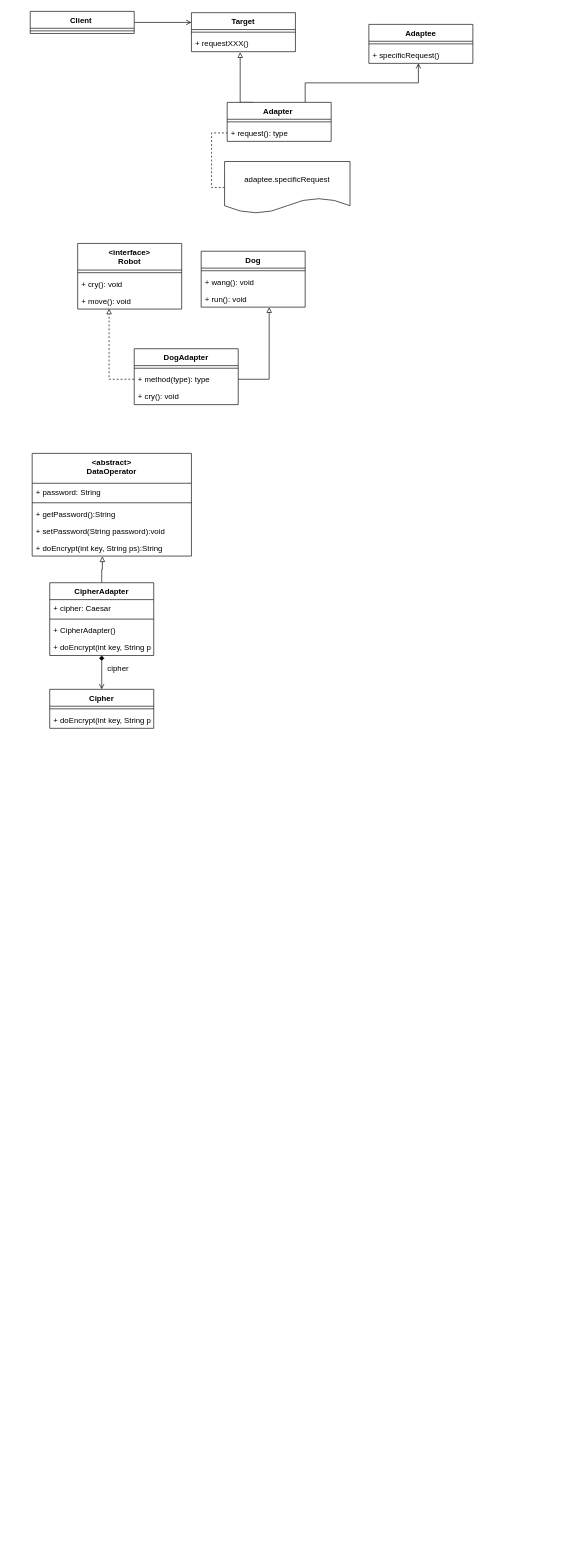
Earlier version of the draw.io diagram page "适配器模式" (1 of 7) of source/_posts/designMode/draw/结构型模式.drawio (xiaou66/xiaou66-xiaou_blog). Source tidied: cells renumbered, new cells numbered last; positions are measured from the earlier drawing's top-left corner, leaving out a move shared by most shapes. Both pictures are drawn from the tidied source at 65%, with x=0, y=0 at pixel (30, 11).
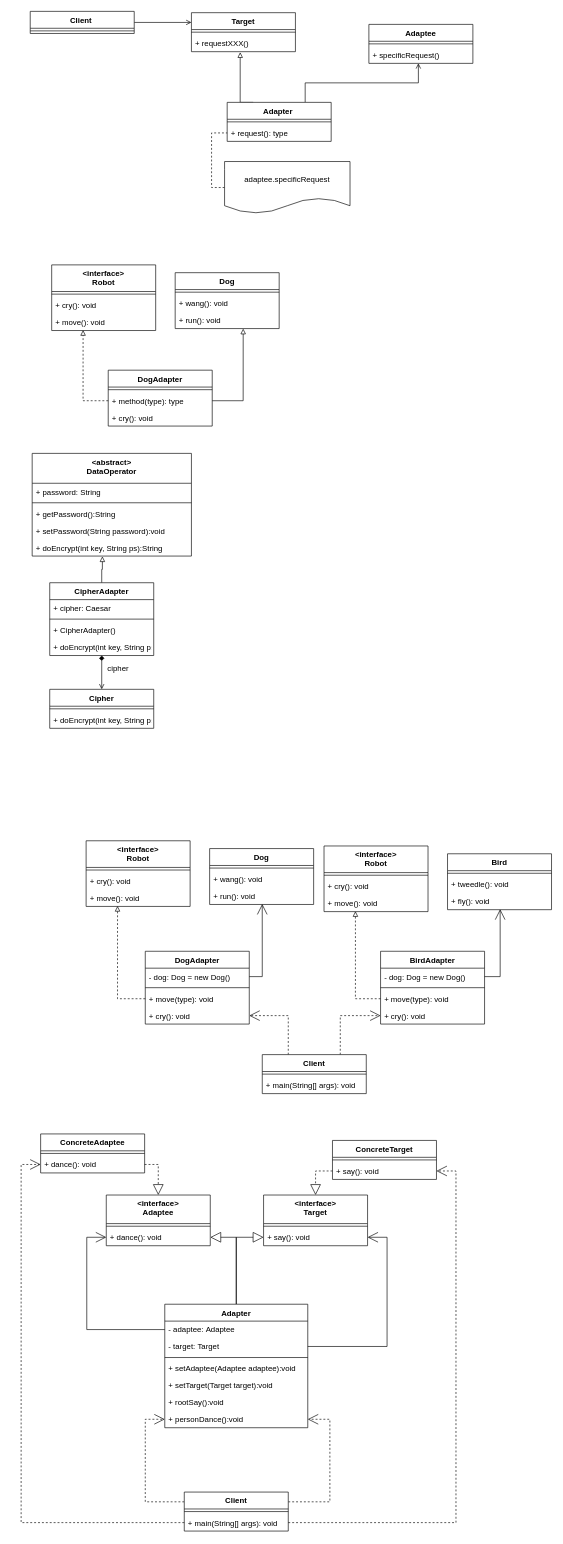
The same page after the edit.

The edit, as a diff of the source:
```diff
@@
     <mxCell id="18" value="&lt;interface&gt;&#10;Robot" style="swimlane;fontStyle=1;align=center;verticalAlign=top;horizontal=1;startSize=41;" parent="1" vertex="1">
-      <mxGeometry x="73" y="357" width="160" height="101" as="geometry" />
+      <mxGeometry x="33" y="390" width="160" height="101" as="geometry" />
     </mxCell>
@@
     <mxCell id="22" value="Dog" style="swimlane;fontStyle=1;align=center;verticalAlign=top;horizontal=1;startSize=26;" parent="1" vertex="1">
-      <mxGeometry x="263" y="369" width="160" height="86" as="geometry" />
+      <mxGeometry x="223" y="402" width="160" height="86" as="geometry" />
     </mxCell>
@@
     <mxCell id="26" value="DogAdapter" style="swimlane;fontStyle=1;align=center;verticalAlign=top;horizontal=1;startSize=26;" parent="1" vertex="1">
-      <mxGeometry x="160" y="519" width="160" height="86" as="geometry" />
+      <mxGeometry x="120" y="552" width="160" height="86" as="geometry" />
     </mxCell>
@@
+    <mxCell id="49" value="&lt;interface&gt;&#10;Robot" style="swimlane;fontStyle=1;align=center;verticalAlign=top;horizontal=1;startSize=41;" parent="1" vertex="1">
+      <mxGeometry x="86" y="1276" width="160" height="101" as="geometry" />
+    </mxCell>
+    <mxCell id="50" style="line;strokeWidth=1;fillColor=none;align=left;verticalAlign=middle;spacingTop=-1;spacingLeft=3;spacingRight=3;labelPosition=right;" parent="49" vertex="1">
+      <mxGeometry y="41" width="160" height="8" as="geometry" />
+    </mxCell>
+    <mxCell id="51" value="+ cry(): void" style="text;strokeColor=none;fillColor=none;align=left;verticalAlign=top;spacingLeft=4;spacingRight=4;overflow=hidden;" parent="49" vertex="1">
+      <mxGeometry y="49" width="160" height="26" as="geometry" />
+    </mxCell>
+    <mxCell id="52" value="+ move(): void" style="text;strokeColor=none;fillColor=none;align=left;verticalAlign=top;spacingLeft=4;spacingRight=4;overflow=hidden;points=[[0,0.5],[1,0.5]];portConstraint=eastwest;" parent="49" vertex="1">
+      <mxGeometry y="75" width="160" height="26" as="geometry" />
+    </mxCell>
+    <mxCell id="53" value="Dog" style="swimlane;fontStyle=1;align=center;verticalAlign=top;horizontal=1;startSize=26;" parent="1" vertex="1">
+      <mxGeometry x="276" y="1288" width="160" height="86" as="geometry" />
+    </mxCell>
+    <mxCell id="54" style="line;strokeWidth=1;fillColor=none;align=left;verticalAlign=middle;spacingTop=-1;spacingLeft=3;spacingRight=3;labelPosition=right;" parent="53" vertex="1">
+      <mxGeometry y="26" width="160" height="8" as="geometry" />
+    </mxCell>
+    <mxCell id="55" value="+ wang(): void" style="text;strokeColor=none;fillColor=none;align=left;verticalAlign=top;spacingLeft=4;spacingRight=4;overflow=hidden;" parent="53" vertex="1">
+      <mxGeometry y="34" width="160" height="26" as="geometry" />
+    </mxCell>
+    <mxCell id="56" value="+ run(): void" style="text;strokeColor=none;fillColor=none;align=left;verticalAlign=top;spacingLeft=4;spacingRight=4;overflow=hidden;points=[[0,0.5],[1,0.5]];portConstraint=eastwest;" parent="53" vertex="1">
+      <mxGeometry y="60" width="160" height="26" as="geometry" />
+    </mxCell>
+    <mxCell id="57" value="DogAdapter" style="swimlane;fontStyle=1;align=center;verticalAlign=top;horizontal=1;startSize=26;" parent="1" vertex="1">
+      <mxGeometry x="177" y="1446" width="160" height="112" as="geometry" />
+    </mxCell>
+    <mxCell id="58" value="- dog: Dog = new Dog()" style="text;strokeColor=none;fillColor=none;align=left;verticalAlign=top;spacingLeft=4;spacingRight=4;overflow=hidden;points=[[0,0.5],[1,0.5]];portConstraint=eastwest;" parent="57" vertex="1">
+      <mxGeometry y="26" width="160" height="26" as="geometry" />
+    </mxCell>
+    <mxCell id="59" style="line;strokeWidth=1;fillColor=none;align=left;verticalAlign=middle;spacingTop=-1;spacingLeft=3;spacingRight=3;labelPosition=right;" parent="57" vertex="1">
+      <mxGeometry y="52" width="160" height="8" as="geometry" />
+    </mxCell>
+    <mxCell id="60" value="+ move(type): void" style="text;strokeColor=none;fillColor=none;align=left;verticalAlign=top;spacingLeft=4;spacingRight=4;overflow=hidden;points=[[0,0.5],[1,0.5]];portConstraint=eastwest;" parent="57" vertex="1">
+      <mxGeometry y="60" width="160" height="26" as="geometry" />
+    </mxCell>
+    <mxCell id="61" value="+ cry(): void" style="text;strokeColor=none;fillColor=none;align=left;verticalAlign=top;spacingLeft=4;spacingRight=4;overflow=hidden;points=[[0,0.5],[1,0.5]];portConstraint=eastwest;" parent="57" vertex="1">
+      <mxGeometry y="86" width="160" height="26" as="geometry" />
+    </mxCell>
+    <mxCell id="62" style="edgeStyle=orthogonalEdgeStyle;rounded=0;jettySize=auto;html=1;exitX=0;exitY=0.5;exitDx=0;exitDy=0;entryX=0.302;entryY=0.974;entryDx=0;entryDy=0;entryPerimeter=0;dashed=1;endArrow=block;endFill=0;" parent="1" edge="1" source="60" target="52">
+      <mxGeometry relative="1" as="geometry" />
+    </mxCell>
+    <mxCell id="63" style="edgeStyle=orthogonalEdgeStyle;rounded=0;jettySize=auto;html=1;exitX=1;exitY=0.5;exitDx=0;exitDy=0;endArrow=open;startSize=14;endSize=14;sourcePerimeterSpacing=8;targetPerimeterSpacing=8;entryX=0.506;entryY=0.971;entryDx=0;entryDy=0;entryPerimeter=0;" parent="1" edge="1" source="58" target="56">
+      <mxGeometry relative="1" as="geometry" />
+    </mxCell>
+    <mxCell id="64" value="&lt;interface&gt;&#10;Robot" style="swimlane;fontStyle=1;align=center;verticalAlign=top;horizontal=1;startSize=41;" parent="1" vertex="1">
+      <mxGeometry x="452" y="1284" width="160" height="101" as="geometry" />
+    </mxCell>
+    <mxCell id="65" style="line;strokeWidth=1;fillColor=none;align=left;verticalAlign=middle;spacingTop=-1;spacingLeft=3;spacingRight=3;labelPosition=right;" parent="64" vertex="1">
+      <mxGeometry y="41" width="160" height="8" as="geometry" />
+    </mxCell>
+    <mxCell id="66" value="+ cry(): void" style="text;strokeColor=none;fillColor=none;align=left;verticalAlign=top;spacingLeft=4;spacingRight=4;overflow=hidden;" parent="64" vertex="1">
+      <mxGeometry y="49" width="160" height="26" as="geometry" />
+    </mxCell>
+    <mxCell id="67" value="+ move(): void" style="text;strokeColor=none;fillColor=none;align=left;verticalAlign=top;spacingLeft=4;spacingRight=4;overflow=hidden;points=[[0,0.5],[1,0.5]];portConstraint=eastwest;" parent="64" vertex="1">
+      <mxGeometry y="75" width="160" height="26" as="geometry" />
+    </mxCell>
+    <mxCell id="68" value="Bird" style="swimlane;fontStyle=1;align=center;verticalAlign=top;horizontal=1;startSize=26;" parent="1" vertex="1">
+      <mxGeometry x="642" y="1296" width="160" height="86" as="geometry" />
+    </mxCell>
+    <mxCell id="69" style="line;strokeWidth=1;fillColor=none;align=left;verticalAlign=middle;spacingTop=-1;spacingLeft=3;spacingRight=3;labelPosition=right;" parent="68" vertex="1">
+      <mxGeometry y="26" width="160" height="8" as="geometry" />
+    </mxCell>
+    <mxCell id="70" value="+ tweedle(): void" style="text;strokeColor=none;fillColor=none;align=left;verticalAlign=top;spacingLeft=4;spacingRight=4;overflow=hidden;" parent="68" vertex="1">
+      <mxGeometry y="34" width="160" height="26" as="geometry" />
+    </mxCell>
+    <mxCell id="71" value="+ fly(): void" style="text;strokeColor=none;fillColor=none;align=left;verticalAlign=top;spacingLeft=4;spacingRight=4;overflow=hidden;points=[[0,0.5],[1,0.5]];portConstraint=eastwest;" parent="68" vertex="1">
+      <mxGeometry y="60" width="160" height="26" as="geometry" />
+    </mxCell>
+    <mxCell id="72" value="BirdAdapter" style="swimlane;fontStyle=1;align=center;verticalAlign=top;horizontal=1;startSize=26;" parent="1" vertex="1">
+      <mxGeometry x="539" y="1446" width="160" height="112" as="geometry" />
+    </mxCell>
+    <mxCell id="73" value="- dog: Dog = new Dog()" style="text;strokeColor=none;fillColor=none;align=left;verticalAlign=top;spacingLeft=4;spacingRight=4;overflow=hidden;points=[[0,0.5],[1,0.5]];portConstraint=eastwest;" parent="72" vertex="1">
+      <mxGeometry y="26" width="160" height="26" as="geometry" />
+    </mxCell>
+    <mxCell id="74" style="line;strokeWidth=1;fillColor=none;align=left;verticalAlign=middle;spacingTop=-1;spacingLeft=3;spacingRight=3;labelPosition=right;" parent="72" vertex="1">
+      <mxGeometry y="52" width="160" height="8" as="geometry" />
+    </mxCell>
+    <mxCell id="75" value="+ move(type): void" style="text;strokeColor=none;fillColor=none;align=left;verticalAlign=top;spacingLeft=4;spacingRight=4;overflow=hidden;points=[[0,0.5],[1,0.5]];portConstraint=eastwest;" parent="72" vertex="1">
+      <mxGeometry y="60" width="160" height="26" as="geometry" />
+    </mxCell>
+    <mxCell id="76" value="+ cry(): void" style="text;strokeColor=none;fillColor=none;align=left;verticalAlign=top;spacingLeft=4;spacingRight=4;overflow=hidden;points=[[0,0.5],[1,0.5]];portConstraint=eastwest;" parent="72" vertex="1">
+      <mxGeometry y="86" width="160" height="26" as="geometry" />
+    </mxCell>
+    <mxCell id="77" style="edgeStyle=orthogonalEdgeStyle;rounded=0;jettySize=auto;html=1;exitX=0;exitY=0.5;exitDx=0;exitDy=0;entryX=0.302;entryY=0.974;entryDx=0;entryDy=0;entryPerimeter=0;dashed=1;endArrow=block;endFill=0;" parent="1" edge="1" source="75" target="67">
+      <mxGeometry relative="1" as="geometry" />
+    </mxCell>
+    <mxCell id="78" style="edgeStyle=orthogonalEdgeStyle;rounded=0;jettySize=auto;html=1;exitX=1;exitY=0.5;exitDx=0;exitDy=0;endArrow=open;startSize=14;endSize=14;sourcePerimeterSpacing=8;targetPerimeterSpacing=8;entryX=0.506;entryY=0.971;entryDx=0;entryDy=0;entryPerimeter=0;" parent="1" edge="1" source="73" target="71">
+      <mxGeometry relative="1" as="geometry" />
+    </mxCell>
+    <mxCell id="79" style="edgeStyle=orthogonalEdgeStyle;rounded=0;jettySize=auto;html=1;exitX=0.25;exitY=0;exitDx=0;exitDy=0;endArrow=open;startSize=14;endSize=14;sourcePerimeterSpacing=8;targetPerimeterSpacing=8;entryX=1;entryY=0.5;entryDx=0;entryDy=0;dashed=1;" parent="1" edge="1" source="81" target="61">
+      <mxGeometry relative="1" as="geometry" />
+    </mxCell>
+    <mxCell id="80" style="edgeStyle=orthogonalEdgeStyle;rounded=0;jettySize=auto;html=1;exitX=0.75;exitY=0;exitDx=0;exitDy=0;entryX=0;entryY=0.5;entryDx=0;entryDy=0;endArrow=open;startSize=14;endSize=14;sourcePerimeterSpacing=8;targetPerimeterSpacing=8;dashed=1;" parent="1" edge="1" source="81" target="76">
+      <mxGeometry relative="1" as="geometry" />
+    </mxCell>
+    <mxCell id="81" value="Client" style="swimlane;fontStyle=1;align=center;verticalAlign=top;horizontal=1;startSize=26;hachureGap=4;" parent="1" vertex="1">
+      <mxGeometry x="357" y="1605" width="160" height="60" as="geometry" />
+    </mxCell>
+    <mxCell id="82" style="line;strokeWidth=1;fillColor=none;align=left;verticalAlign=middle;spacingTop=-1;spacingLeft=3;spacingRight=3;labelPosition=right;" parent="81" vertex="1">
+      <mxGeometry y="26" width="160" height="8" as="geometry" />
+    </mxCell>
+    <mxCell id="83" value="+ main(String[] args): void" style="text;strokeColor=none;fillColor=none;align=left;verticalAlign=top;spacingLeft=4;spacingRight=4;overflow=hidden;" parent="81" vertex="1">
+      <mxGeometry y="34" width="160" height="26" as="geometry" />
+    </mxCell>
+    <mxCell id="84" value="&lt;interface&gt;&#10;Adaptee" style="swimlane;fontStyle=1;align=center;verticalAlign=top;horizontal=1;startSize=44;hachureGap=4;" parent="1" vertex="1">
+      <mxGeometry x="117" y="1821" width="160" height="78" as="geometry" />
+    </mxCell>
+    <mxCell id="85" style="line;strokeWidth=1;fillColor=none;align=left;verticalAlign=middle;spacingTop=-1;spacingLeft=3;spacingRight=3;labelPosition=right;" parent="84" vertex="1">
+      <mxGeometry y="44" width="160" height="8" as="geometry" />
+    </mxCell>
+    <mxCell id="86" value="+ dance(): void" style="text;strokeColor=none;fillColor=none;align=left;verticalAlign=top;spacingLeft=4;spacingRight=4;overflow=hidden;points=[[0,0.5],[1,0.5]];portConstraint=eastwest;" parent="84" vertex="1">
+      <mxGeometry y="52" width="160" height="26" as="geometry" />
+    </mxCell>
+    <mxCell id="87" value="&lt;interface&gt;&#10;Target" style="swimlane;fontStyle=1;align=center;verticalAlign=top;horizontal=1;startSize=44;hachureGap=4;" parent="1" vertex="1">
+      <mxGeometry x="359" y="1821" width="160" height="78" as="geometry" />
+    </mxCell>
+    <mxCell id="88" style="line;strokeWidth=1;fillColor=none;align=left;verticalAlign=middle;spacingTop=-1;spacingLeft=3;spacingRight=3;labelPosition=right;" parent="87" vertex="1">
+      <mxGeometry y="44" width="160" height="8" as="geometry" />
+    </mxCell>
+    <mxCell id="89" value="+ say(): void" style="text;strokeColor=none;fillColor=none;align=left;verticalAlign=top;spacingLeft=4;spacingRight=4;overflow=hidden;points=[[0,0.5],[1,0.5]];portConstraint=eastwest;" parent="87" vertex="1">
+      <mxGeometry y="52" width="160" height="26" as="geometry" />
+    </mxCell>
+    <mxCell id="90" style="edgeStyle=orthogonalEdgeStyle;rounded=0;jettySize=auto;html=1;exitX=0.5;exitY=0;exitDx=0;exitDy=0;entryX=1;entryY=0.5;entryDx=0;entryDy=0;endArrow=block;endFill=0;startSize=14;endSize=14;sourcePerimeterSpacing=8;targetPerimeterSpacing=8;" parent="1" edge="1" source="92" target="86">
+      <mxGeometry relative="1" as="geometry" />
+    </mxCell>
+    <mxCell id="91" style="edgeStyle=orthogonalEdgeStyle;rounded=0;jettySize=auto;html=1;exitX=0.5;exitY=0;exitDx=0;exitDy=0;entryX=0;entryY=0.5;entryDx=0;entryDy=0;endArrow=block;endFill=0;startSize=14;endSize=14;sourcePerimeterSpacing=8;targetPerimeterSpacing=8;" parent="1" edge="1" source="92" target="89">
+      <mxGeometry relative="1" as="geometry" />
+    </mxCell>
+    <mxCell id="92" value="Adapter" style="swimlane;fontStyle=1;align=center;verticalAlign=top;horizontal=1;startSize=26;hachureGap=4;" parent="1" vertex="1">
+      <mxGeometry x="207" y="1989" width="220" height="190" as="geometry" />
+    </mxCell>
+    <mxCell id="93" value="- adaptee: Adaptee" style="text;strokeColor=none;fillColor=none;align=left;verticalAlign=top;spacingLeft=4;spacingRight=4;overflow=hidden;points=[[0,0.5],[1,0.5]];portConstraint=eastwest;" parent="92" vertex="1">
+      <mxGeometry y="26" width="220" height="26" as="geometry" />
+    </mxCell>
+    <mxCell id="94" value="- target: Target" style="text;strokeColor=none;fillColor=none;align=left;verticalAlign=top;spacingLeft=4;spacingRight=4;overflow=hidden;points=[[0,0.5],[1,0.5]];portConstraint=eastwest;" parent="92" vertex="1">
+      <mxGeometry y="52" width="220" height="26" as="geometry" />
+    </mxCell>
+    <mxCell id="95" style="line;strokeWidth=1;fillColor=none;align=left;verticalAlign=middle;spacingTop=-1;spacingLeft=3;spacingRight=3;labelPosition=right;" parent="92" vertex="1">
+      <mxGeometry y="78" width="220" height="8" as="geometry" />
+    </mxCell>
+    <mxCell id="96" value="+ setAdaptee(Adaptee adaptee):void" style="text;strokeColor=none;fillColor=none;align=left;verticalAlign=top;spacingLeft=4;spacingRight=4;overflow=hidden;" parent="92" vertex="1">
+      <mxGeometry y="86" width="220" height="26" as="geometry" />
+    </mxCell>
+    <mxCell id="97" value="+ setTarget(Target target):void" style="text;strokeColor=none;fillColor=none;align=left;verticalAlign=top;spacingLeft=4;spacingRight=4;overflow=hidden;" parent="92" vertex="1">
+      <mxGeometry y="112" width="220" height="26" as="geometry" />
+    </mxCell>
+    <mxCell id="98" value="+ rootSay():void" style="text;strokeColor=none;fillColor=none;align=left;verticalAlign=top;spacingLeft=4;spacingRight=4;overflow=hidden;" parent="92" vertex="1">
+      <mxGeometry y="138" width="220" height="26" as="geometry" />
+    </mxCell>
+    <mxCell id="99" value="+ personDance():void" style="text;strokeColor=none;fillColor=none;align=left;verticalAlign=top;spacingLeft=4;spacingRight=4;overflow=hidden;points=[[0,0.5],[1,0.5]];portConstraint=eastwest;" parent="92" vertex="1">
+      <mxGeometry y="164" width="220" height="26" as="geometry" />
+    </mxCell>
+    <mxCell id="100" style="edgeStyle=orthogonalEdgeStyle;rounded=0;jettySize=auto;html=1;dashed=1;endArrow=block;startSize=14;endSize=14;sourcePerimeterSpacing=8;targetPerimeterSpacing=8;entryX=0.5;entryY=0;entryDx=0;entryDy=0;endFill=0;exitX=1;exitY=0.5;exitDx=0;exitDy=0;" parent="1" edge="1" source="103" target="84">
+      <mxGeometry relative="1" as="geometry" />
+    </mxCell>
+    <mxCell id="101" value="ConcreteAdaptee" style="swimlane;fontStyle=1;align=center;verticalAlign=top;horizontal=1;startSize=26;hachureGap=4;" parent="1" vertex="1">
+      <mxGeometry x="16" y="1727" width="160" height="60" as="geometry" />
+    </mxCell>
+    <mxCell id="102" style="line;strokeWidth=1;fillColor=none;align=left;verticalAlign=middle;spacingTop=-1;spacingLeft=3;spacingRight=3;labelPosition=right;" parent="101" vertex="1">
+      <mxGeometry y="26" width="160" height="8" as="geometry" />
+    </mxCell>
+    <mxCell id="103" value="+ dance(): void" style="text;strokeColor=none;fillColor=none;align=left;verticalAlign=top;spacingLeft=4;spacingRight=4;overflow=hidden;points=[[0,0.5],[1,0.5]];portConstraint=eastwest;" parent="101" vertex="1">
+      <mxGeometry y="34" width="160" height="26" as="geometry" />
+    </mxCell>
+    <mxCell id="104" value="ConcreteTarget" style="swimlane;fontStyle=1;align=center;verticalAlign=top;horizontal=1;startSize=26;hachureGap=4;" parent="1" vertex="1">
+      <mxGeometry x="465" y="1737" width="160" height="60" as="geometry" />
+    </mxCell>
+    <mxCell id="105" style="line;strokeWidth=1;fillColor=none;align=left;verticalAlign=middle;spacingTop=-1;spacingLeft=3;spacingRight=3;labelPosition=right;" parent="104" vertex="1">
+      <mxGeometry y="26" width="160" height="8" as="geometry" />
+    </mxCell>
+    <mxCell id="106" value="+ say(): void" style="text;strokeColor=none;fillColor=none;align=left;verticalAlign=top;spacingLeft=4;spacingRight=4;overflow=hidden;points=[[0,0.5],[1,0.5]];portConstraint=eastwest;" parent="104" vertex="1">
+      <mxGeometry y="34" width="160" height="26" as="geometry" />
+    </mxCell>
+    <mxCell id="107" style="edgeStyle=orthogonalEdgeStyle;rounded=0;jettySize=auto;html=1;exitX=0;exitY=0.5;exitDx=0;exitDy=0;dashed=1;endArrow=block;endFill=0;startSize=14;endSize=14;sourcePerimeterSpacing=8;targetPerimeterSpacing=8;entryX=0.5;entryY=0;entryDx=0;entryDy=0;" parent="1" edge="1" source="106" target="87">
+      <mxGeometry relative="1" as="geometry" />
+    </mxCell>
+    <mxCell id="108" style="edgeStyle=orthogonalEdgeStyle;rounded=0;jettySize=auto;html=1;exitX=1;exitY=0.5;exitDx=0;exitDy=0;entryX=1;entryY=0.5;entryDx=0;entryDy=0;endArrow=open;endFill=0;startSize=14;endSize=14;sourcePerimeterSpacing=8;targetPerimeterSpacing=8;" parent="1" edge="1" source="94" target="89">
+      <mxGeometry relative="1" as="geometry" />
+    </mxCell>
+    <mxCell id="109" style="edgeStyle=orthogonalEdgeStyle;rounded=0;jettySize=auto;html=1;exitX=0;exitY=0.5;exitDx=0;exitDy=0;entryX=0;entryY=0.5;entryDx=0;entryDy=0;endArrow=open;endFill=0;startSize=14;endSize=14;sourcePerimeterSpacing=8;targetPerimeterSpacing=8;" parent="1" edge="1" source="93" target="86">
+      <mxGeometry relative="1" as="geometry" />
+    </mxCell>
+    <mxCell id="110" style="edgeStyle=orthogonalEdgeStyle;rounded=0;jettySize=auto;html=1;exitX=1;exitY=0.25;exitDx=0;exitDy=0;dashed=1;endArrow=open;endFill=0;startSize=14;endSize=14;sourcePerimeterSpacing=8;targetPerimeterSpacing=8;entryX=1;entryY=0.5;entryDx=0;entryDy=0;" parent="1" edge="1" source="112" target="99">
+      <mxGeometry relative="1" as="geometry">
+        <Array as="points">
+          <mxPoint x="461" y="2293" />
+          <mxPoint x="461" y="2166" />
+        </Array>
+      </mxGeometry>
+    </mxCell>
+    <mxCell id="111" style="edgeStyle=orthogonalEdgeStyle;rounded=0;jettySize=auto;html=1;exitX=0;exitY=0.25;exitDx=0;exitDy=0;entryX=0;entryY=0.5;entryDx=0;entryDy=0;dashed=1;endArrow=open;endFill=0;startSize=14;endSize=14;sourcePerimeterSpacing=8;targetPerimeterSpacing=8;" parent="1" edge="1" source="112" target="99">
+      <mxGeometry relative="1" as="geometry" />
+    </mxCell>
+    <mxCell id="112" value="Client" style="swimlane;fontStyle=1;align=center;verticalAlign=top;horizontal=1;startSize=26;hachureGap=4;" parent="1" vertex="1">
+      <mxGeometry x="237" y="2278" width="160" height="60" as="geometry" />
+    </mxCell>
+    <mxCell id="113" style="line;strokeWidth=1;fillColor=none;align=left;verticalAlign=middle;spacingTop=-1;spacingLeft=3;spacingRight=3;labelPosition=right;" parent="112" vertex="1">
+      <mxGeometry y="26" width="160" height="8" as="geometry" />
+    </mxCell>
+    <mxCell id="114" value="+ main(String[] args): void" style="text;strokeColor=none;fillColor=none;align=left;verticalAlign=top;spacingLeft=4;spacingRight=4;overflow=hidden;points=[[0,0.5],[1,0.5]];portConstraint=eastwest;" parent="112" vertex="1">
+      <mxGeometry y="34" width="160" height="26" as="geometry" />
+    </mxCell>
+    <mxCell id="115" style="edgeStyle=orthogonalEdgeStyle;rounded=0;jettySize=auto;html=1;exitX=1;exitY=0.5;exitDx=0;exitDy=0;entryX=1;entryY=0.5;entryDx=0;entryDy=0;endArrow=open;endFill=0;startSize=14;endSize=14;sourcePerimeterSpacing=8;targetPerimeterSpacing=8;dashed=1;" parent="1" edge="1" source="114" target="106">
+      <mxGeometry relative="1" as="geometry" />
+    </mxCell>
+    <mxCell id="116" style="edgeStyle=orthogonalEdgeStyle;rounded=0;jettySize=auto;html=1;exitX=0;exitY=0.5;exitDx=0;exitDy=0;entryX=0;entryY=0.5;entryDx=0;entryDy=0;endArrow=open;endFill=0;startSize=14;endSize=14;sourcePerimeterSpacing=8;targetPerimeterSpacing=8;dashed=1;" parent="1" edge="1" source="114" target="103">
+      <mxGeometry relative="1" as="geometry" />
+    </mxCell>
```
